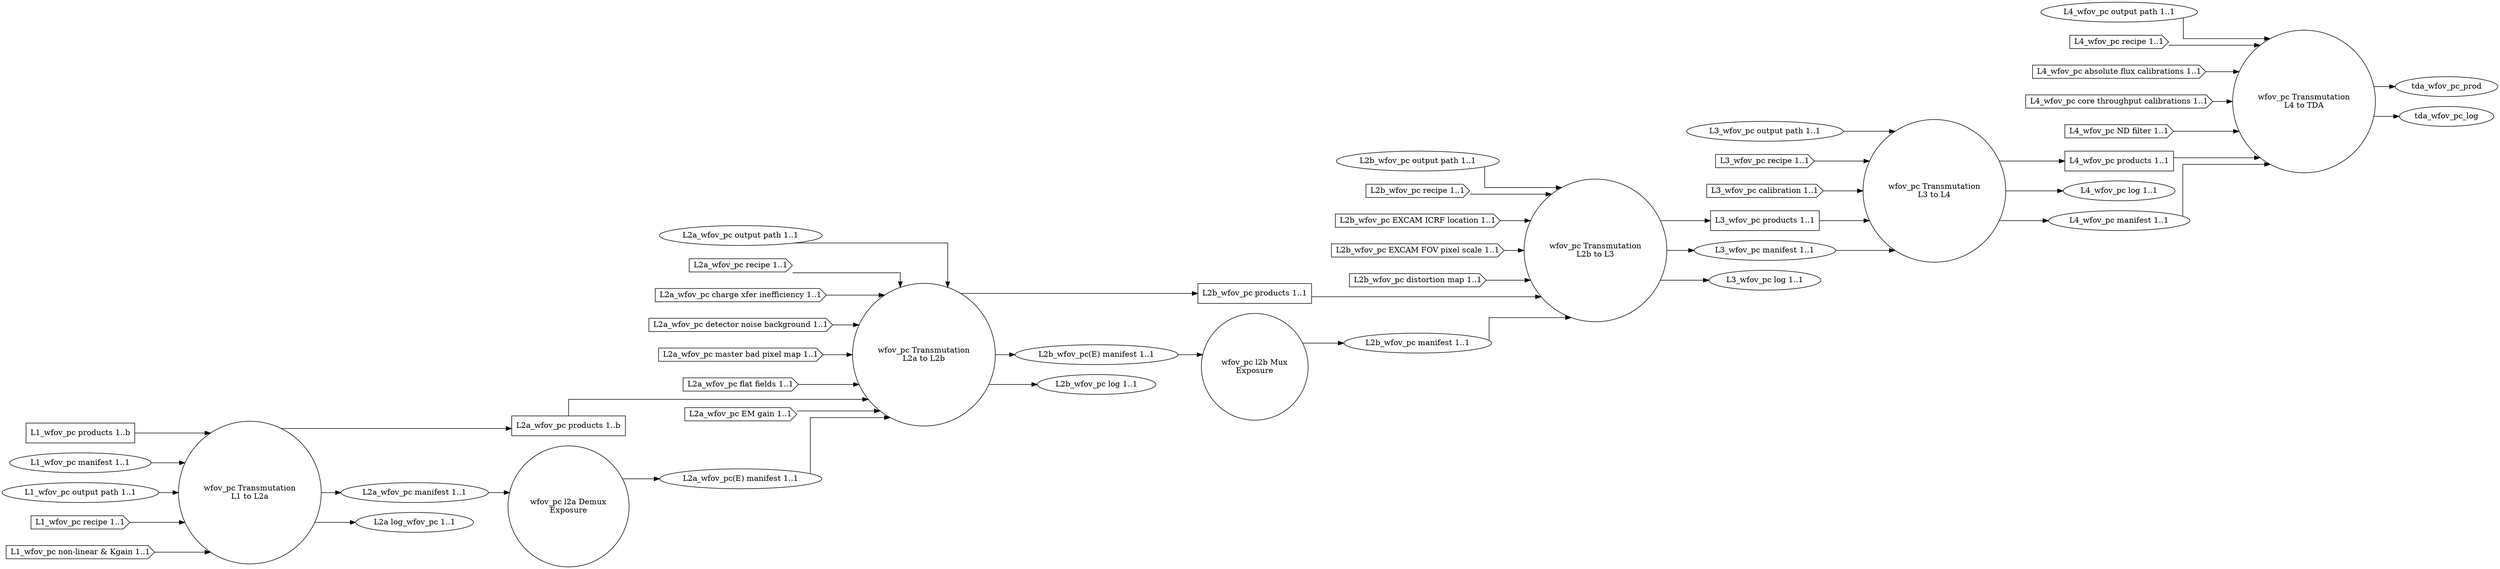
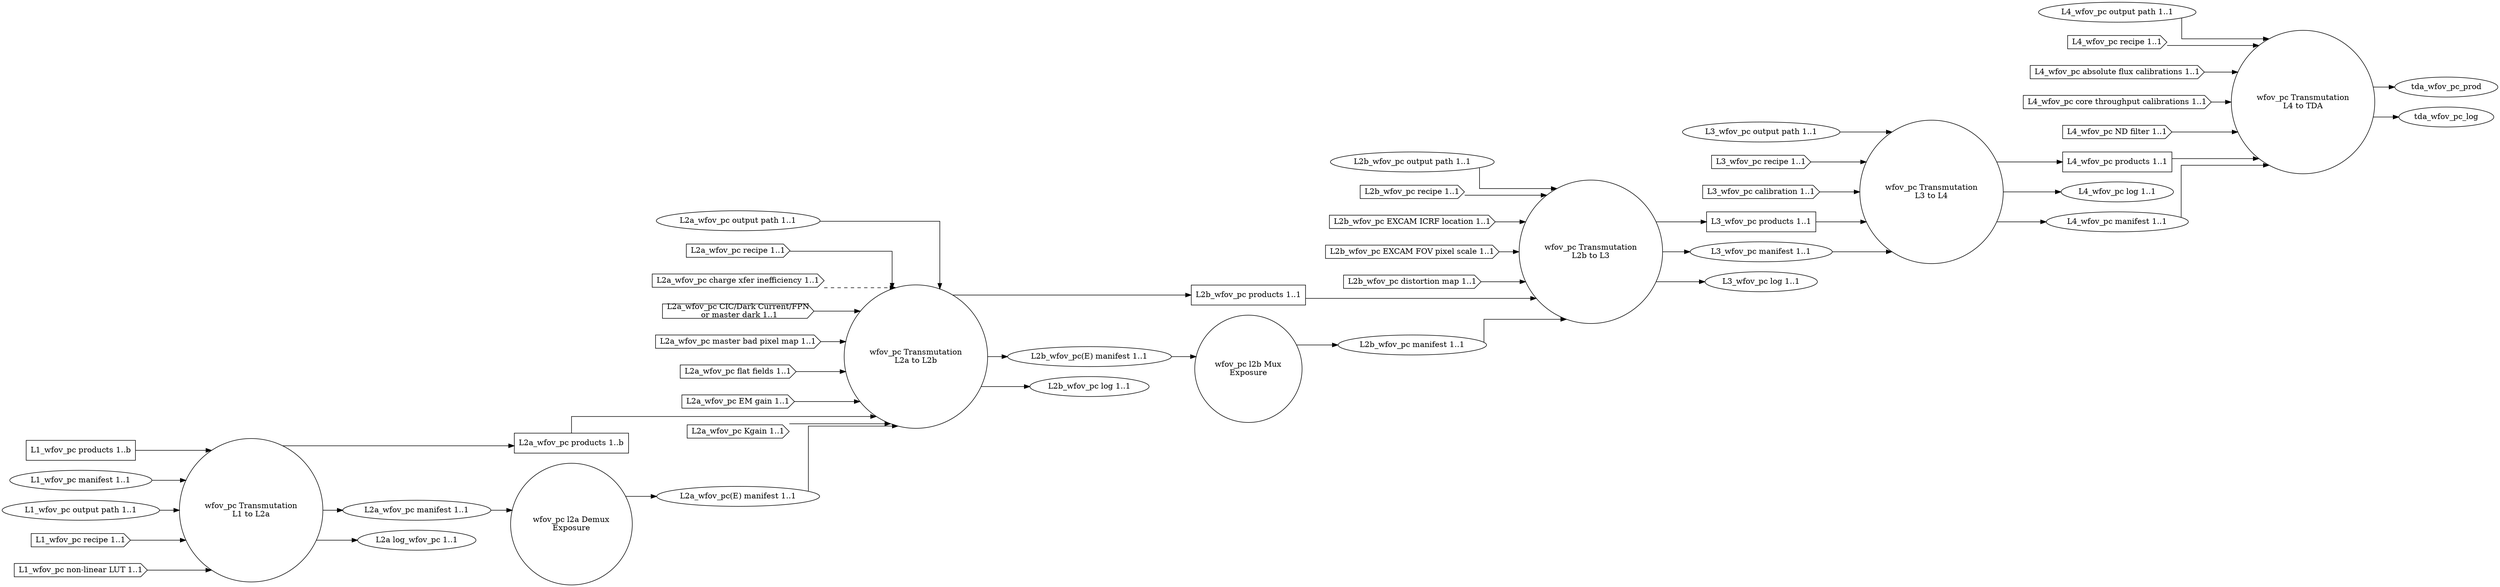
- digraph AbstractDesign
+ digraph WideFieldOfViewPhotonCount
{
  graph [splines="ortho", rankdir=LR];

  trans_wfov_pc_l1_l2a [label="wfov_pc Transmutation\nL1 to L2a", shape="circle"];
  l2a_wfov_pc_demux [label="wfov_pc l2a Demux\nExposure" shape="circle"];
  trans_wfov_pc_l2a_l2b [label="wfov_pc Transmutation\nL2a to L2b", shape="circle"];
  l2b_wfov_pc_mux [label="wfov_pc l2b Mux\nExposure", shape="circle"];
  trans_wfov_pc_l2b_l3 [label="wfov_pc Transmutation\nL2b to L3", shape="circle"];
  trans_wfov_pc_l3_l4 [label="wfov_pc Transmutation\nL3 to L4", shape="circle"];
  trans_wfov_pc_l4_tda [label="wfov_pc Transmutation\nL4 to TDA", shape="circle"];

  l1_wfov_pc_prod [label="L1_wfov_pc products 1..b", shape="rectangle"];
  l1_wfov_pc_man [label="L1_wfov_pc manifest 1..1", shape="ellipse"];
  l1_wfov_pc_odir [label="L1_wfov_pc output path 1..1", shape="ellipse"];
  l1_wfov_pc_rec [label="L1_wfov_pc recipe 1..1", shape="cds"];
-   l1_wfov_pc_nln [label="L1_wfov_pc non-linear & Kgain 1..1", shape="cds"];
+   l1_wfov_pc_nllut [label="L1_wfov_pc non-linear LUT 1..1", shape="cds"];

  l2a_wfov_pc_prod [label="L2a_wfov_pc products 1..b", shape="rectangle"];
  l2a_wfov_pc_man [label="L2a_wfov_pc manifest 1..1", shape="ellipse"];
  l2a_wfov_pc_odir [label="L2a_wfov_pc output path 1..1", shape="ellipse"];
  l2a_wfov_pc_rec [label="L2a_wfov_pc recipe 1..1", shape="cds"];
  l2a_wfov_pc_cti [label="L2a_wfov_pc charge xfer inefficiency 1..1", shape="cds"];
-   l2a_wfov_pc_dnb [label="L2a_wfov_pc detector noise background 1..1", shape="cds"];
+   l2a_wfov_pc_dnb [label="L2a_wfov_pc CIC/Dark Current/FPN\n or master dark 1..1", shape="cds"];
  l2a_wfov_pc_mbpm [label="L2a_wfov_pc master bad pixel map 1..1", shape="cds"];
  l2a_wfov_pc_ff [label="L2a_wfov_pc flat fields 1..1", shape="cds"];
  l2a_wfov_pc_emg [label="L2a_wfov_pc EM gain 1..1", shape="cds"];
+   l2a_wfov_pc_kgain [label="L2a_wfov_pc Kgain 1..1", shape="cds"];
  l2a_wfov_pc_log [label="L2a log_wfov_pc 1..1", shape="ellipse"];
  l2a_wfov_pc_man_demux [label="L2a_wfov_pc(E) manifest 1..1", shape="ellipse"];

  l2b_wfov_pc_prod [label="L2b_wfov_pc products 1..1", shape="rectangle"];
  l2b_wfov_pc_man [label="L2b_wfov_pc manifest 1..1", shape="ellipse"];
  l2b_wfov_pc_odir [label="L2b_wfov_pc output path 1..1", shape="ellipse"];
  l2b_wfov_pc_rec [label="L2b_wfov_pc recipe 1..1", shape="cds"];
  l2b_wfov_pc_excicrf [label="L2b_wfov_pc EXCAM ICRF location 1..1", shape="cds"];
  l2b_wfov_pc_excfovps [label="L2b_wfov_pc EXCAM FOV pixel scale 1..1", shape="cds"];
  l2b_wfov_pc_distm [label="L2b_wfov_pc distortion map 1..1", shape="cds"];
  l2b_wfov_pc_man_demux [label="L2b_wfov_pc(E) manifest 1..1", shape="ellipse"];
  l2b_wfov_pc_log [label="L2b_wfov_pc log 1..1", shape="ellipse"];

  l3_wfov_pc_prod [label="L3_wfov_pc products 1..1", shape="rectangle"];
  l3_wfov_pc_odir [label="L3_wfov_pc output path 1..1", shape="ellipse"];
  l3_wfov_pc_man [label="L3_wfov_pc manifest 1..1", shape="ellipse"];
  l3_wfov_pc_rec [label="L3_wfov_pc recipe 1..1", shape="cds"];
  l3_wfov_pc_cal [label="L3_wfov_pc calibration 1..1", shape="cds"];
  l3_wfov_pc_log [label="L3_wfov_pc log 1..1", shape="ellipse"];

  l4_wfov_pc_prod [label="L4_wfov_pc products 1..1", shape="rectangle"];
  l4_wfov_pc_odir [label="L4_wfov_pc output path 1..1", shape="ellipse"];
  l4_wfov_pc_log [label="L4_wfov_pc log 1..1", shape="ellipse"];
  l4_wfov_pc_man [label="L4_wfov_pc manifest 1..1", shape="ellipse"];
  l4_wfov_pc_rec [label="L4_wfov_pc recipe 1..1", shape="cds"];
  l4_wfov_pc_afcal [label="L4_wfov_pc absolute flux calibrations 1..1", shape="cds"];
  l4_wfov_pc_ctcal [label="L4_wfov_pc core throughput calibrations 1..1", shape="cds"];
  l4_wfov_pc_ndfilt [label="L4_wfov_pc ND filter 1..1", shape="cds"];

  l1_wfov_pc_prod -> trans_wfov_pc_l1_l2a;
  l1_wfov_pc_man -> trans_wfov_pc_l1_l2a;
  l1_wfov_pc_odir -> trans_wfov_pc_l1_l2a;
  l1_wfov_pc_rec -> trans_wfov_pc_l1_l2a;
-   l1_wfov_pc_nln -> trans_wfov_pc_l1_l2a;
+   l1_wfov_pc_nllut -> trans_wfov_pc_l1_l2a;

  trans_wfov_pc_l1_l2a -> l2a_wfov_pc_prod;
  trans_wfov_pc_l1_l2a -> l2a_wfov_pc_man;
  trans_wfov_pc_l1_l2a -> l2a_wfov_pc_log;

  l2a_wfov_pc_prod -> trans_wfov_pc_l2a_l2b;
  l2a_wfov_pc_odir -> trans_wfov_pc_l2a_l2b;
  l2a_wfov_pc_rec -> trans_wfov_pc_l2a_l2b;
-   l2a_wfov_pc_cti -> trans_wfov_pc_l2a_l2b;
+   l2a_wfov_pc_cti -> trans_wfov_pc_l2a_l2b [style="dashed"];
  l2a_wfov_pc_dnb -> trans_wfov_pc_l2a_l2b;
  l2a_wfov_pc_mbpm -> trans_wfov_pc_l2a_l2b;
  l2a_wfov_pc_ff -> trans_wfov_pc_l2a_l2b;
  l2a_wfov_pc_emg -> trans_wfov_pc_l2a_l2b;
+   l2a_wfov_pc_kgain -> trans_wfov_pc_l2a_l2b;

  trans_wfov_pc_l2a_l2b -> l2b_wfov_pc_prod;
  trans_wfov_pc_l2a_l2b -> l2b_wfov_pc_man_demux;
  trans_wfov_pc_l2a_l2b -> l2b_wfov_pc_log;

  l2a_wfov_pc_man -> l2a_wfov_pc_demux;
  l2a_wfov_pc_demux -> l2a_wfov_pc_man_demux;
  l2a_wfov_pc_man_demux -> trans_wfov_pc_l2a_l2b;

  l2b_wfov_pc_man_demux -> l2b_wfov_pc_mux;
  l2b_wfov_pc_mux -> l2b_wfov_pc_man;

  l2b_wfov_pc_prod -> trans_wfov_pc_l2b_l3;
  l2b_wfov_pc_man -> trans_wfov_pc_l2b_l3;
  l2b_wfov_pc_odir -> trans_wfov_pc_l2b_l3;
  l2b_wfov_pc_rec -> trans_wfov_pc_l2b_l3;
  l2b_wfov_pc_excicrf -> trans_wfov_pc_l2b_l3;
  l2b_wfov_pc_excfovps -> trans_wfov_pc_l2b_l3;
  l2b_wfov_pc_distm -> trans_wfov_pc_l2b_l3;
  trans_wfov_pc_l2b_l3 -> l3_wfov_pc_prod;
  trans_wfov_pc_l2b_l3 -> l3_wfov_pc_man;
  trans_wfov_pc_l2b_l3 -> l3_wfov_pc_log;

  l3_wfov_pc_prod -> trans_wfov_pc_l3_l4;
  l3_wfov_pc_man -> trans_wfov_pc_l3_l4;
  l3_wfov_pc_odir -> trans_wfov_pc_l3_l4;
  l3_wfov_pc_rec -> trans_wfov_pc_l3_l4;
  l3_wfov_pc_cal -> trans_wfov_pc_l3_l4;
  trans_wfov_pc_l3_l4 -> l4_wfov_pc_prod;
  trans_wfov_pc_l3_l4 -> l4_wfov_pc_log;
  trans_wfov_pc_l3_l4 -> l4_wfov_pc_man;

  l4_wfov_pc_prod -> trans_wfov_pc_l4_tda;
  l4_wfov_pc_man -> trans_wfov_pc_l4_tda;
  l4_wfov_pc_odir -> trans_wfov_pc_l4_tda;
  l4_wfov_pc_rec -> trans_wfov_pc_l4_tda;
  l4_wfov_pc_afcal -> trans_wfov_pc_l4_tda;
  l4_wfov_pc_ctcal -> trans_wfov_pc_l4_tda;
  l4_wfov_pc_ndfilt -> trans_wfov_pc_l4_tda;
  trans_wfov_pc_l4_tda -> tda_wfov_pc_prod;
  trans_wfov_pc_l4_tda -> tda_wfov_pc_log;
}
